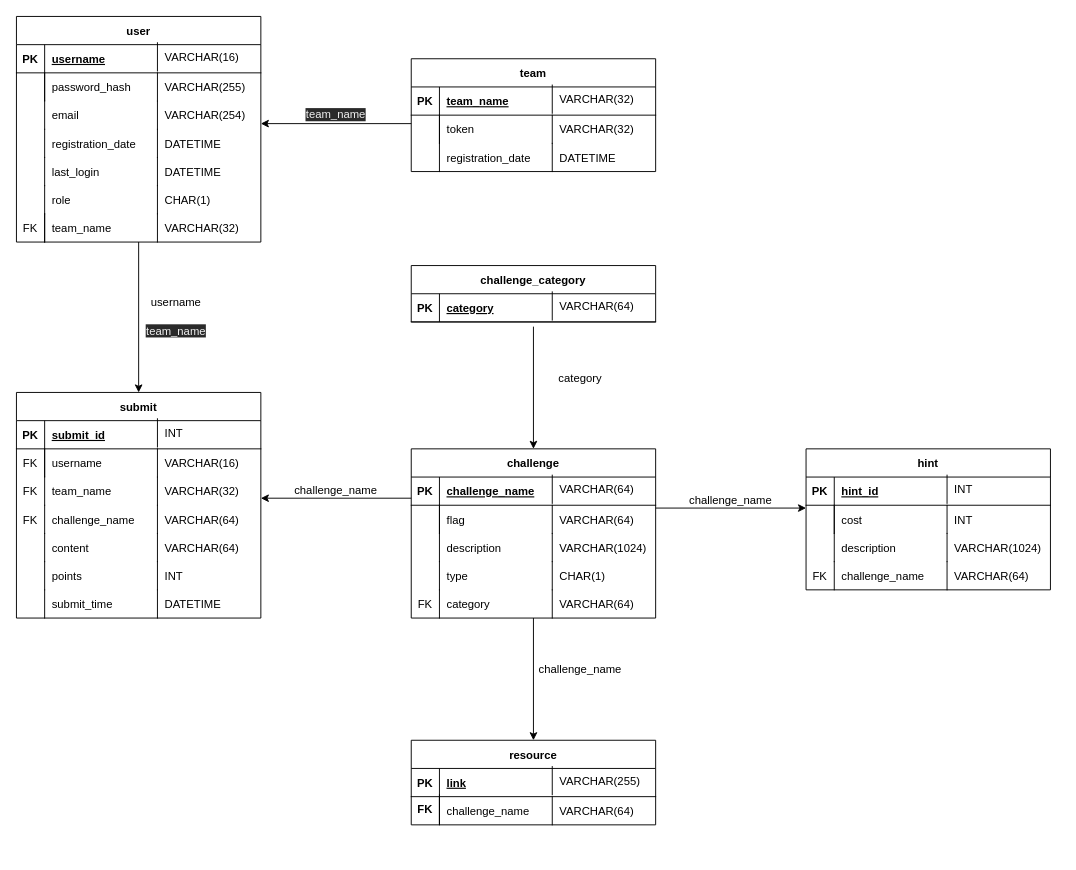
Above: db/schema_diagram.drawio in FeeeDz/H4ckUs4t1_CTF (draw.io), before the change. Source tidied: cells renumbered, new cells numbered last; positions are measured from the earlier drawing's top-left corner, leaving out a move shared by most shapes. Both pictures are drawn from the tidied source at 94%, with x=0, y=0 at pixel (16, 16).
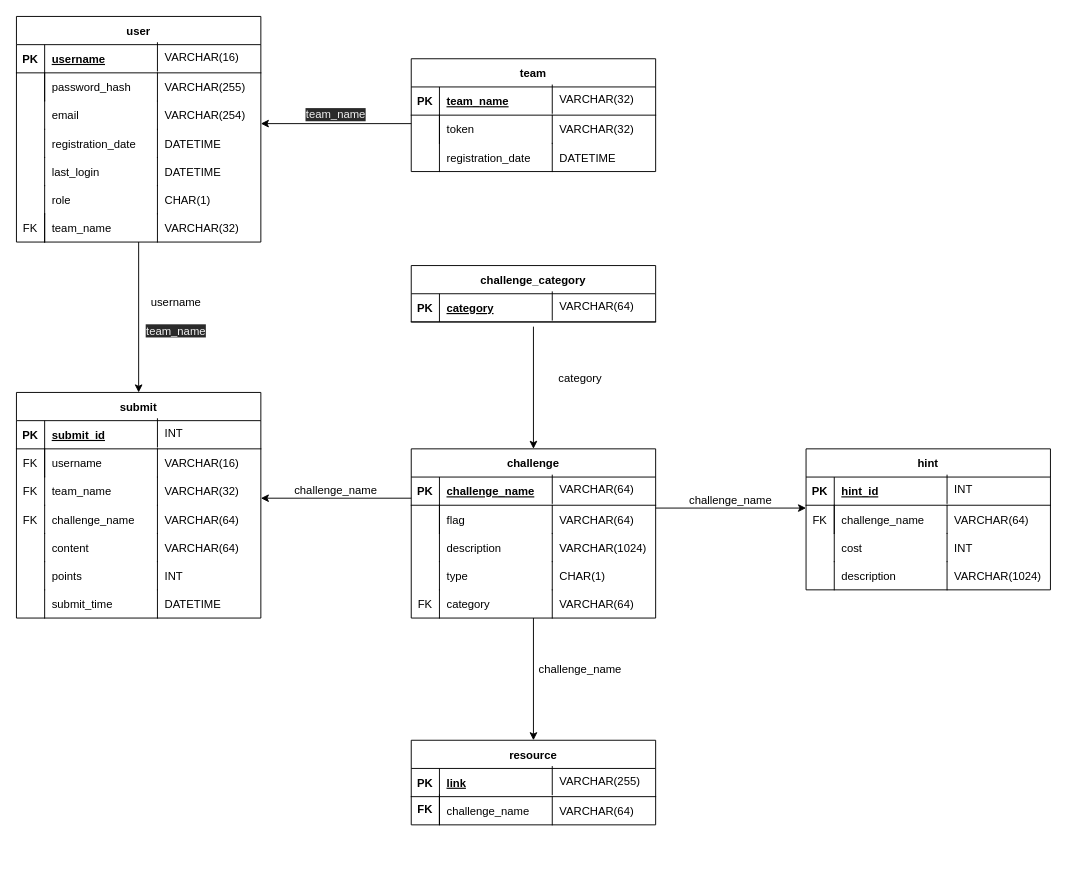
After the change.

The change refers to these unchanged cells:
```xml
<mxCell id="123" style="shape=partialRectangle;fillColor=none;top=0;left=0;right=0;bottom=0;" parent="119" vertex="1">
  <mxGeometry y="60" width="260" height="30" as="geometry" />
</mxCell>
<mxCell id="128" style="group;" parent="1" vertex="1">
  <mxGeometry x="840" y="550" width="270" height="30" as="geometry" />
</mxCell>
<mxCell id="129" style="group;" parent="128" vertex="1">
  <mxGeometry width="130" height="30" as="geometry" />
</mxCell>
<mxCell id="136" style="group;" parent="1" vertex="1">
  <mxGeometry x="840" y="580" width="250" height="30" as="geometry" />
</mxCell>
```

Change to the diagram source:
```diff
@@
-    <mxCell id="124" style="shape=partialRectangle;overflow=hidden;fillColor=none;top=0;left=0;bottom=0;right=1;" parent="123" vertex="1">
+    <mxCell id="124" value="FK" style="shape=partialRectangle;overflow=hidden;fillColor=none;top=0;left=0;bottom=0;right=1;" parent="123" vertex="1">
       <mxGeometry width="30" height="30" as="geometry" />
     </mxCell>
-    <mxCell id="125" value="cost" style="shape=partialRectangle;overflow=hidden;fillColor=none;top=0;left=0;bottom=0;right=0;align=left;spacingLeft=6;" parent="123" vertex="1">
+    <mxCell id="125" value="challenge_name" style="shape=partialRectangle;overflow=hidden;fillColor=none;top=0;left=0;bottom=0;right=0;align=left;spacingLeft=6;" parent="123" vertex="1">
       <mxGeometry x="30" width="230" height="30" as="geometry" />
     </mxCell>
-    <mxCell id="126" value="INT" style="shape=partialRectangle;overflow=hidden;fillColor=none;top=0;left=1;bottom=0;right=0;align=left;spacingLeft=6;" parent="1" vertex="1">
+    <mxCell id="126" value="VARCHAR(64)" style="shape=partialRectangle;overflow=hidden;fillColor=none;top=0;left=1;bottom=0;right=0;align=left;spacingLeft=6;" parent="1" vertex="1">
       <mxGeometry x="990" y="520" width="120" height="30" as="geometry" />
     </mxCell>
@@
-    <mxCell id="131" value="description" style="shape=partialRectangle;overflow=hidden;fillColor=none;top=0;left=0;bottom=0;right=0;align=left;spacingLeft=6;" parent="129" vertex="1">
+    <mxCell id="131" value="cost" style="shape=partialRectangle;overflow=hidden;fillColor=none;top=0;left=0;bottom=0;right=0;align=left;spacingLeft=6;" parent="129" vertex="1">
       <mxGeometry x="30" width="100" height="30" as="geometry" />
     </mxCell>
-    <mxCell id="132" value="VARCHAR(1024)" style="shape=partialRectangle;overflow=hidden;fillColor=none;top=0;left=1;bottom=0;right=0;align=left;spacingLeft=6;" parent="128" vertex="1">
+    <mxCell id="132" value="INT" style="shape=partialRectangle;overflow=hidden;fillColor=none;top=0;left=1;bottom=0;right=0;align=left;spacingLeft=6;" parent="128" vertex="1">
       <mxGeometry x="150" width="120" height="30" as="geometry" />
     </mxCell>
@@
-    <mxCell id="137" value="FK" style="shape=partialRectangle;overflow=hidden;fillColor=none;top=0;left=0;bottom=0;right=1;" parent="136" vertex="1">
+    <mxCell id="137" style="shape=partialRectangle;overflow=hidden;fillColor=none;top=0;left=0;bottom=0;right=1;" parent="136" vertex="1">
       <mxGeometry width="30" height="30" as="geometry" />
     </mxCell>
-    <mxCell id="138" value="challenge_name" style="shape=partialRectangle;overflow=hidden;fillColor=none;top=0;left=0;bottom=0;right=0;align=left;spacingLeft=6;" parent="136" vertex="1">
+    <mxCell id="138" value="description" style="shape=partialRectangle;overflow=hidden;fillColor=none;top=0;left=0;bottom=0;right=0;align=left;spacingLeft=6;" parent="136" vertex="1">
       <mxGeometry x="30" width="100" height="30" as="geometry" />
     </mxCell>
-    <mxCell id="139" value="VARCHAR(64)" style="shape=partialRectangle;overflow=hidden;fillColor=none;top=0;left=1;bottom=0;right=0;align=left;spacingLeft=6;" parent="136" vertex="1">
+    <mxCell id="139" value="VARCHAR(1024)" style="shape=partialRectangle;overflow=hidden;fillColor=none;top=0;left=1;bottom=0;right=0;align=left;spacingLeft=6;" parent="136" vertex="1">
       <mxGeometry x="150" width="100" height="30" as="geometry" />
     </mxCell>
```
